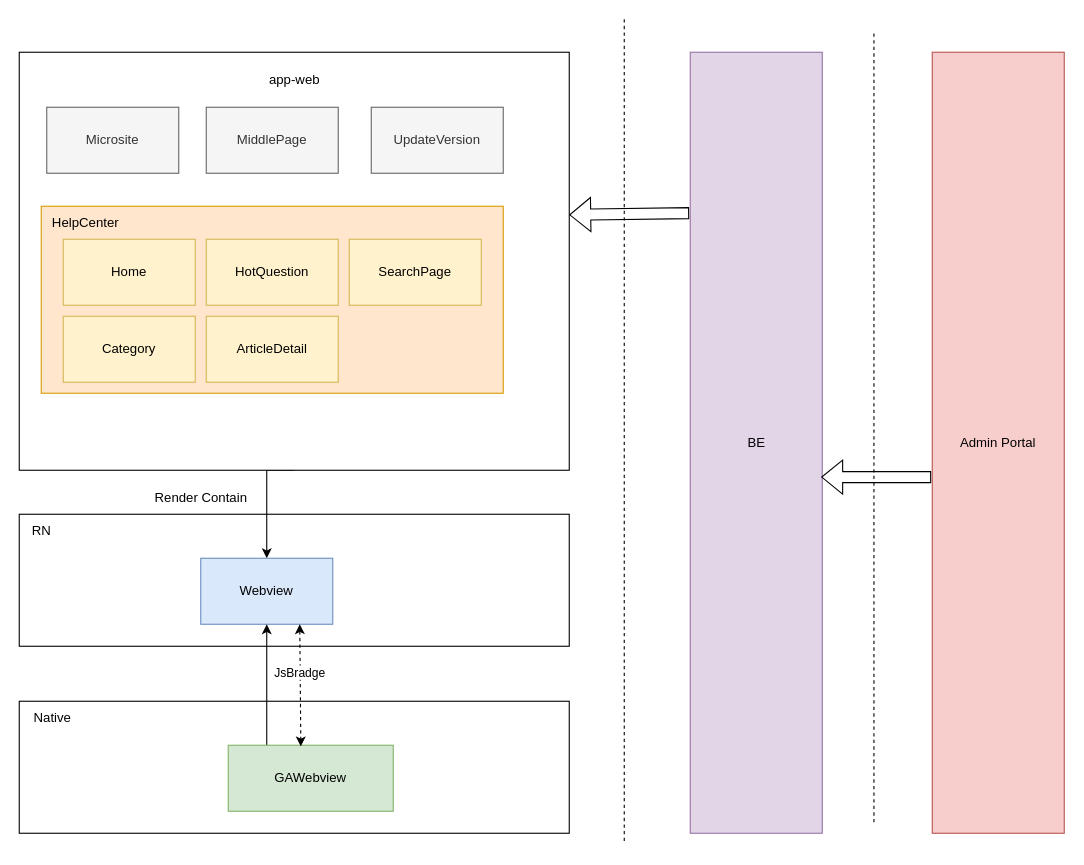
Above: page "第 1 页" (1 of 2) of helpcenter.drawio in RexYao97/sfrex (draw.io), before the change. Source tidied: cells renumbered, new cells numbered last; positions are measured from the earlier drawing's top-left corner, leaving out a move shared by most shapes. Both pictures are drawn from the tidied source at 110%, with x=0, y=0 at pixel (19, 19).
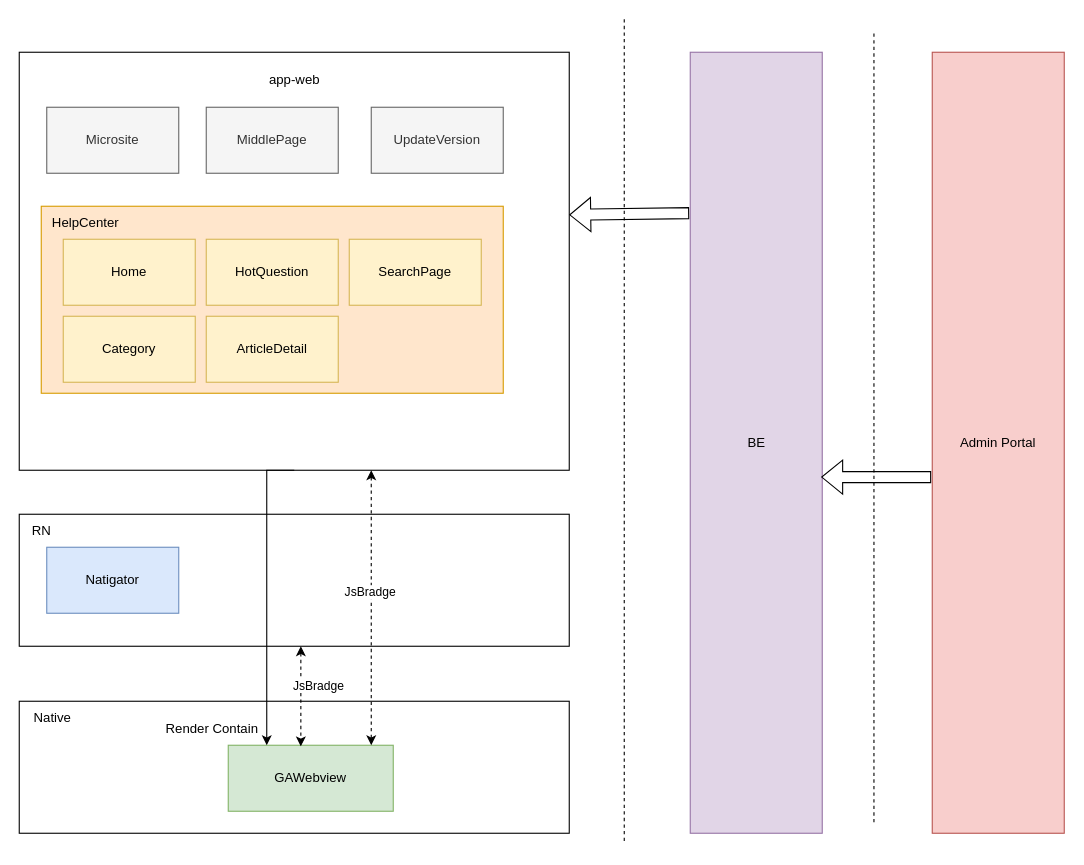
Above is the later version.

Unchanged cells that the change refers to:
```xml
<mxCell id="4" style="rounded=0;whiteSpace=wrap;html=1;" parent="1" vertex="1">
  <mxGeometry y="30" width="500" height="380" as="geometry" />
</mxCell>
<mxCell id="22" value="GAWebview" style="whiteSpace=wrap;html=1;fillColor=#d5e8d4;strokeColor=#82b366;" parent="1" vertex="1">
  <mxGeometry x="190" y="660" width="150" height="60" as="geometry" />
</mxCell>
```

Change to the diagram source:
```diff
@@
+    <mxCell id="19" style="rounded=0;whiteSpace=wrap;html=1;" parent="1" vertex="1">
+      <mxGeometry y="620" width="500" height="120" as="geometry" />
+    </mxCell>
@@
-    <mxCell id="3" style="edgeStyle=orthogonalEdgeStyle;rounded=0;jettySize=auto;html=1;" parent="1" edge="1" target="17">
-      <mxGeometry relative="1" as="geometry">
-        <mxPoint x="250" y="410" as="sourcePoint" />
-        <Array as="points">
-          <mxPoint x="225" y="410" />
-        </Array>
-      </mxGeometry>
-    </mxCell>
@@
-    <mxCell id="17" value="Webview" style="whiteSpace=wrap;html=1;fillColor=#dae8fc;strokeColor=#6c8ebf;" parent="1" vertex="1">
-      <mxGeometry x="165" y="490" width="120" height="60" as="geometry" />
-    </mxCell>
     <mxCell id="18" value="Render Contain" style="text;html=1;align=center;verticalAlign=middle;strokeColor=none;fillColor=none;" parent="1" vertex="1">
-      <mxGeometry x="110" y="420" width="110" height="30" as="geometry" />
+      <mxGeometry x="120" y="630" width="110" height="30" as="geometry" />
     </mxCell>
-    <mxCell id="19" style="rounded=0;whiteSpace=wrap;html=1;" parent="1" vertex="1">
-      <mxGeometry y="620" width="500" height="120" as="geometry" />
-    </mxCell>
@@
-    <mxCell id="21" style="edgeStyle=orthogonalEdgeStyle;rounded=0;jettySize=auto;html=1;" parent="1" edge="1" source="22" target="17">
-      <mxGeometry relative="1" as="geometry">
-        <Array as="points">
-          <mxPoint x="225" y="620" />
-          <mxPoint x="225" y="620" />
-        </Array>
-      </mxGeometry>
-    </mxCell>
@@
-    <mxCell id="30" style="endArrow=classic;dashed=1;html=1;rounded=0;entryX=0.44;entryY=0.017;entryDx=0;entryDy=0;startArrow=classic;startFill=1;endFill=1;exitX=0.75;exitY=1;exitDx=0;exitDy=0;entryPerimeter=0;" parent="1" edge="1" source="17" target="22">
-      <mxGeometry relative="1" as="geometry" />
+    <mxCell id="30" style="endArrow=classic;dashed=1;html=1;rounded=0;entryX=0.44;entryY=0.017;entryDx=0;entryDy=0;startArrow=classic;startFill=1;endFill=1;entryPerimeter=0;" parent="1" edge="1" target="22">
+      <mxGeometry relative="1" as="geometry">
+        <mxPoint x="256" y="570" as="sourcePoint" />
+      </mxGeometry>
     </mxCell>
     <mxCell id="31" value="JsBradge" style="edgeLabel;html=1;align=center;verticalAlign=middle;" parent="30" vertex="1">
-      <mxGeometry x="-0.23" y="-1" relative="1" as="geometry" />
+      <mxGeometry x="-0.23" y="-1" relative="1" as="geometry">
+        <mxPoint x="16" as="offset" />
+      </mxGeometry>
     </mxCell>
+    <mxCell id="32" style="edgeStyle=orthogonalEdgeStyle;rounded=0;jettySize=auto;html=1;dashed=1;startArrow=classic;startFill=1;endArrow=classic;endFill=1;" parent="1" edge="1" source="4">
+      <mxGeometry relative="1" as="geometry">
+        <mxPoint x="320" y="660" as="targetPoint" />
+        <Array as="points">
+          <mxPoint x="320" y="660" />
+        </Array>
+      </mxGeometry>
+    </mxCell>
+    <mxCell id="33" value="JsBradge" style="edgeLabel;html=1;align=center;verticalAlign=middle;" parent="32" vertex="1">
+      <mxGeometry x="-0.24" y="-1" relative="1" as="geometry">
+        <mxPoint x="-1" y="15" as="offset" />
+      </mxGeometry>
+    </mxCell>
+    <mxCell id="3" style="edgeStyle=orthogonalEdgeStyle;rounded=0;orthogonalLoop=1;jettySize=auto;html=1;" parent="1" edge="1">
+      <mxGeometry relative="1" as="geometry">
+        <mxPoint x="250" y="410" as="sourcePoint" />
+        <mxPoint x="225" y="660" as="targetPoint" />
+        <Array as="points">
+          <mxPoint x="225" y="410" />
+          <mxPoint x="225" y="660" />
+        </Array>
+      </mxGeometry>
+    </mxCell>
+    <mxCell id="34" value="Natigator" style="rounded=0;whiteSpace=wrap;html=1;fillColor=#dae8fc;strokeColor=#6c8ebf;" parent="1" vertex="1">
+      <mxGeometry x="25" y="480" width="120" height="60" as="geometry" />
+    </mxCell>
```
